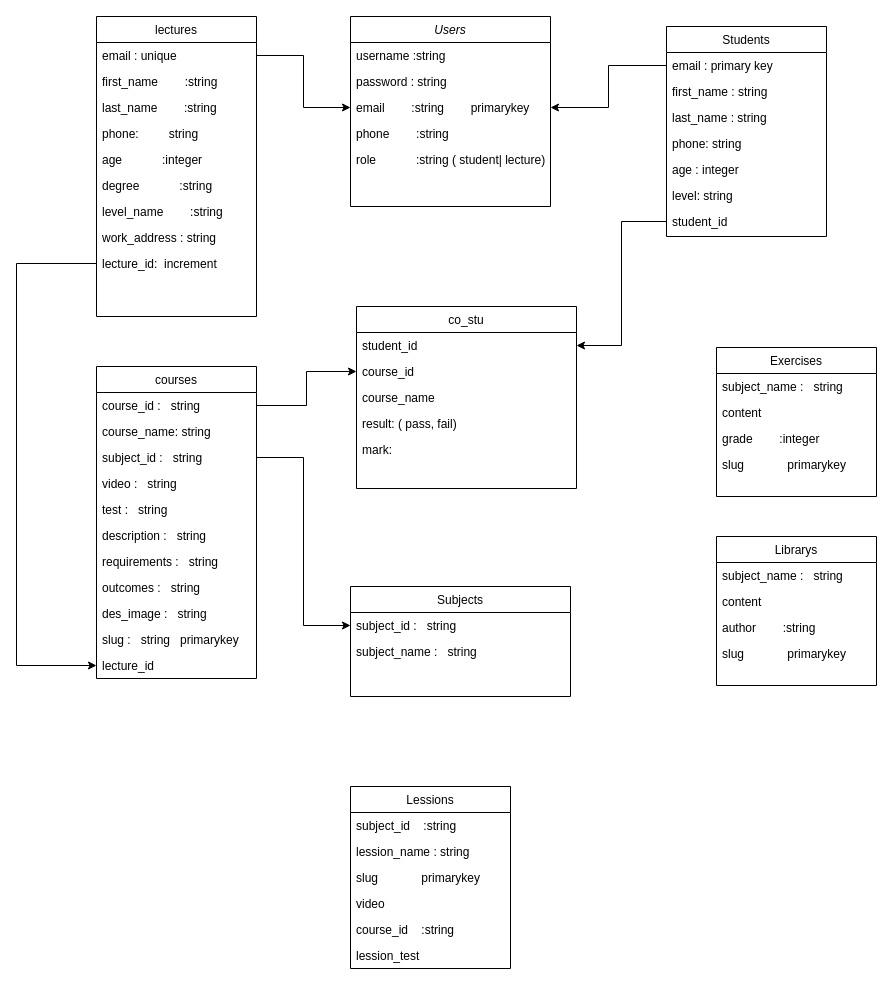
Earlier version of the draw.io diagram Untitled Diagram.drawio (luongminh2111/Web-e-learning). Source tidied: cells renumbered, new cells numbered last; positions are measured from the earlier drawing's top-left corner, leaving out a move shared by most shapes. Both pictures are drawn from the tidied source at 100%, with x=0, y=0 at pixel (16, 16).
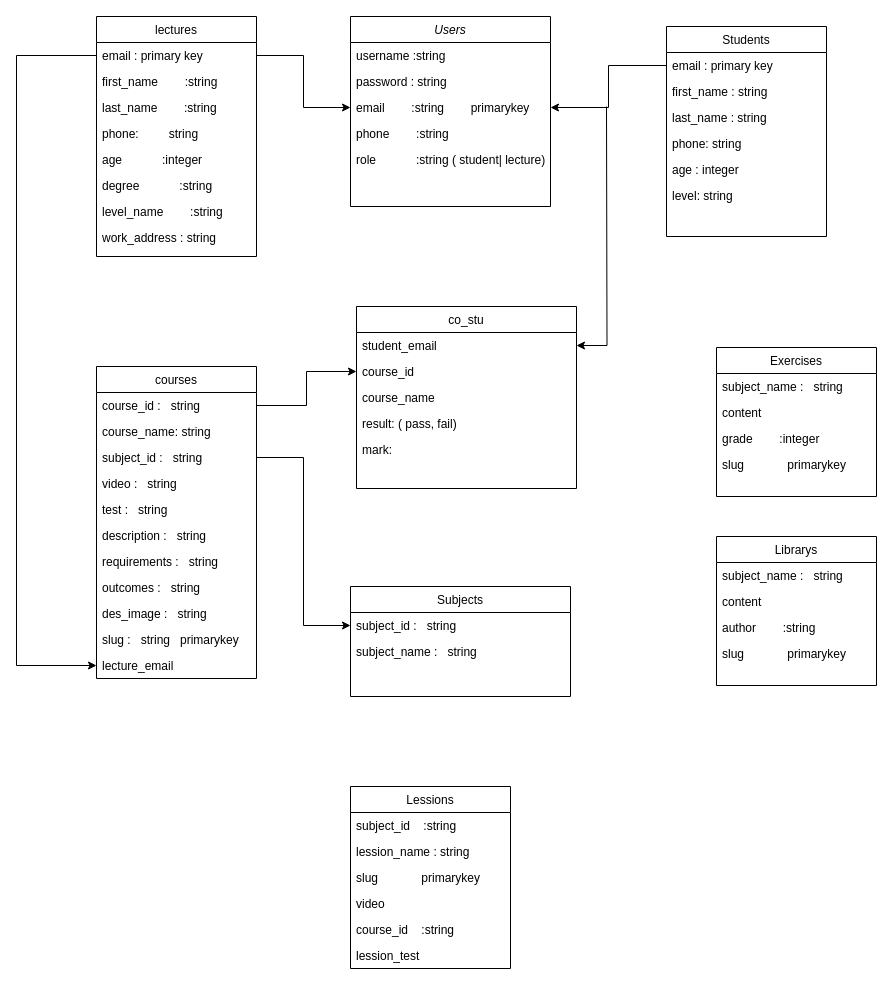
Above is the later version.

Unchanged cells that the change refers to:
```xml
<mxCell id="8" value="Students" style="swimlane;fontStyle=0;align=center;verticalAlign=top;horizontal=1;startSize=26;rounded=0;shadow=0;strokeWidth=1;" parent="1" vertex="1">
  <mxGeometry x="650" y="10" width="160" height="210" as="geometry" />
</mxCell>
<mxCell id="16" value="courses" style="swimlane;fontStyle=0;align=center;verticalAlign=top;horizontal=1;startSize=26;rounded=0;shadow=0;strokeWidth=1;" parent="1" vertex="1">
  <mxGeometry x="80" y="350" width="160" height="312" as="geometry" />
</mxCell>
<mxCell id="62" value="co_stu" style="swimlane;fontStyle=0;align=center;verticalAlign=top;horizontal=1;startSize=26;rounded=0;shadow=0;strokeWidth=1;" parent="1" vertex="1">
  <mxGeometry x="340" y="290" width="220" height="182" as="geometry" />
</mxCell>
```

Change to the diagram source:
```diff
@@
-    <mxCell id="15" value="student_id" style="text;align=left;verticalAlign=top;spacingLeft=4;spacingRight=4;overflow=hidden;points=[[0,0.5],[1,0.5]];portConstraint=eastwest;rounded=0;shadow=0;html=0;" parent="8" vertex="1">
-      <mxGeometry y="182" width="160" height="26" as="geometry" />
-    </mxCell>
@@
-    <mxCell id="27" value="lecture_id" style="text;align=left;verticalAlign=top;spacingLeft=4;spacingRight=4;overflow=hidden;points=[[0,0.5],[1,0.5]];portConstraint=eastwest;" parent="16" vertex="1">
+    <mxCell id="27" value="lecture_email" style="text;align=left;verticalAlign=top;spacingLeft=4;spacingRight=4;overflow=hidden;points=[[0,0.5],[1,0.5]];portConstraint=eastwest;" parent="16" vertex="1">
       <mxGeometry y="286" width="160" height="26" as="geometry" />
     </mxCell>
     <mxCell id="28" value="lectures" style="swimlane;fontStyle=0;align=center;verticalAlign=top;horizontal=1;startSize=26;rounded=0;shadow=0;strokeWidth=1;" parent="1" vertex="1">
-      <mxGeometry x="80" width="160" height="300" as="geometry" />
+      <mxGeometry x="80" width="160" height="240" as="geometry" />
     </mxCell>
-    <mxCell id="29" value="email : unique" style="text;align=left;verticalAlign=top;spacingLeft=4;spacingRight=4;overflow=hidden;points=[[0,0.5],[1,0.5]];portConstraint=eastwest;" parent="28" vertex="1">
+    <mxCell id="29" value="email : primary key" style="text;align=left;verticalAlign=top;spacingLeft=4;spacingRight=4;overflow=hidden;points=[[0,0.5],[1,0.5]];portConstraint=eastwest;" parent="28" vertex="1">
       <mxGeometry y="26" width="160" height="26" as="geometry" />
     </mxCell>
@@
-    <mxCell id="37" value="lecture_id:  increment" style="text;align=left;verticalAlign=top;spacingLeft=4;spacingRight=4;overflow=hidden;points=[[0,0.5],[1,0.5]];portConstraint=eastwest;rounded=0;shadow=0;html=0;" parent="28" vertex="1">
-      <mxGeometry y="234" width="160" height="26" as="geometry" />
-    </mxCell>
@@
-    <mxCell id="61" style="edgeStyle=orthogonalEdgeStyle;rounded=0;jettySize=auto;html=1;entryX=0;entryY=0.5;entryDx=0;entryDy=0;" parent="1" edge="1" source="37" target="27">
+    <mxCell id="61" style="edgeStyle=orthogonalEdgeStyle;rounded=0;jettySize=auto;html=1;entryX=0;entryY=0.5;entryDx=0;entryDy=0;exitX=0;exitY=0.5;exitDx=0;exitDy=0;" parent="1" edge="1" source="29" target="27">
       <mxGeometry relative="1" as="geometry">
         <Array as="points">
-          <mxPoint y="247" />
+          <mxPoint y="39" />
           <mxPoint y="649" />
         </Array>
       </mxGeometry>
     </mxCell>
@@
-    <mxCell id="63" value="student_id" style="text;align=left;verticalAlign=top;spacingLeft=4;spacingRight=4;overflow=hidden;points=[[0,0.5],[1,0.5]];portConstraint=eastwest;" parent="62" vertex="1">
+    <mxCell id="63" value="student_email" style="text;align=left;verticalAlign=top;spacingLeft=4;spacingRight=4;overflow=hidden;points=[[0,0.5],[1,0.5]];portConstraint=eastwest;" parent="62" vertex="1">
       <mxGeometry y="26" width="220" height="26" as="geometry" />
     </mxCell>
@@
-    <mxCell id="68" style="edgeStyle=orthogonalEdgeStyle;rounded=0;jettySize=auto;html=1;entryX=1;entryY=0.5;entryDx=0;entryDy=0;" parent="1" edge="1" source="15" target="63">
-      <mxGeometry relative="1" as="geometry" />
+    <mxCell id="68" style="edgeStyle=orthogonalEdgeStyle;rounded=0;jettySize=auto;html=1;entryX=1;entryY=0.5;entryDx=0;entryDy=0;" parent="1" edge="1" target="63">
+      <mxGeometry relative="1" as="geometry">
+        <mxPoint x="590" y="90" as="sourcePoint" />
+      </mxGeometry>
     </mxCell>
```
